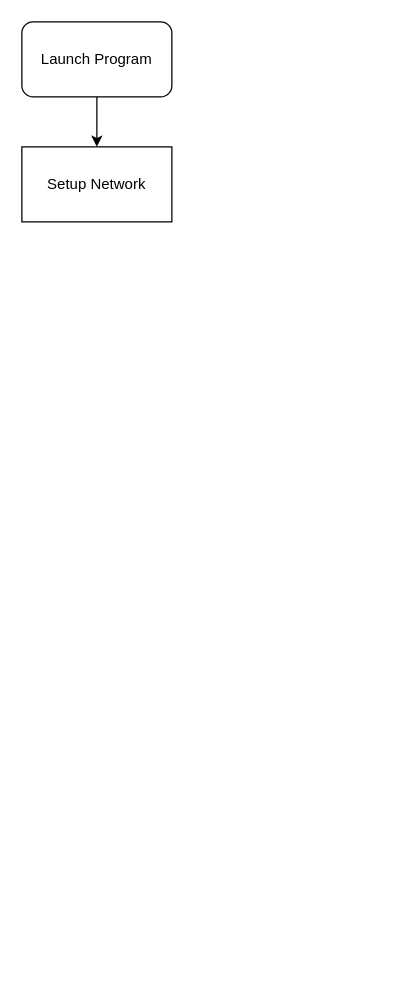
Above: glEEmail flow.drawio in Matt-and-Gib/gleemail (draw.io), before the change. Source tidied: cells renumbered, new cells numbered last; positions are measured from the earlier drawing's top-left corner, leaving out a move shared by most shapes. Both pictures are drawn from the tidied source at 125%, with x=0, y=0 at pixel (21, 21).
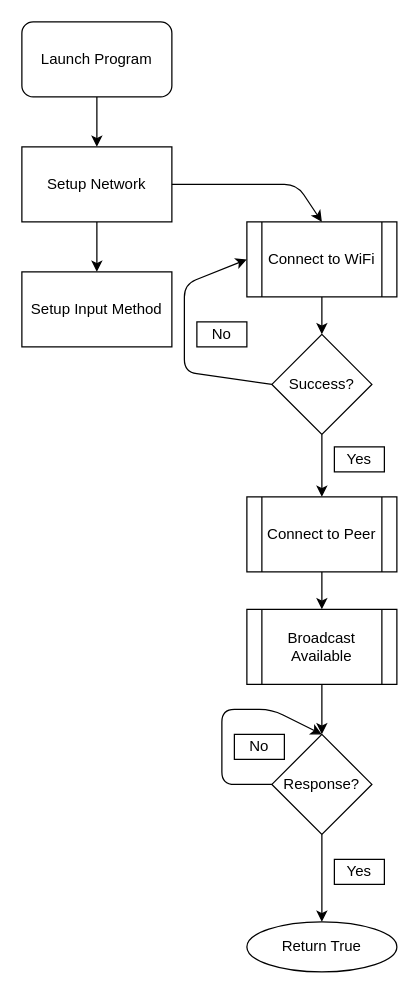
The same diagram, later.

The change refers to these unchanged cells:
```xml
<mxCell id="3" value="Setup Network" style="rounded=0;whiteSpace=wrap;html=1;" parent="1" vertex="1">
  <mxGeometry y="100" width="120" height="60" as="geometry" />
</mxCell>
```

Diff of the diagram source:
```diff
@@
+    <mxCell id="5" value="Connect to WiFi" style="shape=process;whiteSpace=wrap;html=1;backgroundOutline=1;" parent="1" vertex="1">
+      <mxGeometry x="180" y="160" width="120" height="60" as="geometry" />
+    </mxCell>
+    <mxCell id="6" value="Connect to Peer" style="shape=process;whiteSpace=wrap;html=1;backgroundOutline=1;" parent="1" vertex="1">
+      <mxGeometry x="180" y="380" width="120" height="60" as="geometry" />
+    </mxCell>
+    <mxCell id="7" style="endArrow=classic;html=1;exitX=1;exitY=0.5;exitDx=0;exitDy=0;entryX=0.5;entryY=0;entryDx=0;entryDy=0;" parent="1" edge="1" source="3" target="5">
+      <mxGeometry relative="1" as="geometry">
+        <Array as="points">
+          <mxPoint x="220" y="130" />
+        </Array>
+      </mxGeometry>
+    </mxCell>
+    <mxCell id="8" style="endArrow=classic;html=1;exitX=0.5;exitY=1;exitDx=0;exitDy=0;entryX=0.5;entryY=0;entryDx=0;entryDy=0;" parent="1" edge="1" source="9" target="6">
+      <mxGeometry relative="1" as="geometry" />
+    </mxCell>
+    <mxCell id="9" value="Success?" style="rhombus;whiteSpace=wrap;html=1;" parent="1" vertex="1">
+      <mxGeometry x="200" y="250" width="80" height="80" as="geometry" />
+    </mxCell>
+    <mxCell id="10" style="endArrow=classic;html=1;exitX=0.5;exitY=1;exitDx=0;exitDy=0;entryX=0.5;entryY=0;entryDx=0;entryDy=0;" parent="1" edge="1" source="5" target="9">
+      <mxGeometry relative="1" as="geometry" />
+    </mxCell>
+    <mxCell id="11" style="endArrow=classic;html=1;exitX=0;exitY=0.5;exitDx=0;exitDy=0;entryX=0;entryY=0.5;entryDx=0;entryDy=0;" parent="1" edge="1" source="9" target="5">
+      <mxGeometry relative="1" as="geometry">
+        <Array as="points">
+          <mxPoint x="130" y="280" />
+          <mxPoint x="130" y="210" />
+        </Array>
+      </mxGeometry>
+    </mxCell>
+    <mxCell id="12" value="No" style="rounded=0;whiteSpace=wrap;html=1;" parent="1" vertex="1">
+      <mxGeometry x="140" y="240" width="40" height="20" as="geometry" />
+    </mxCell>
+    <mxCell id="13" value="Response?" style="rhombus;whiteSpace=wrap;html=1;" parent="1" vertex="1">
+      <mxGeometry x="200" y="570" width="80" height="80" as="geometry" />
+    </mxCell>
+    <mxCell id="14" value="Yes" style="rounded=0;whiteSpace=wrap;html=1;" parent="1" vertex="1">
+      <mxGeometry x="250" y="340" width="40" height="20" as="geometry" />
+    </mxCell>
+    <mxCell id="15" style="endArrow=classic;html=1;exitX=0.5;exitY=1;exitDx=0;exitDy=0;entryX=0.5;entryY=0;entryDx=0;entryDy=0;" parent="1" edge="1" source="6" target="16">
+      <mxGeometry relative="1" as="geometry" />
+    </mxCell>
+    <mxCell id="16" value="Broadcast Available" style="shape=process;whiteSpace=wrap;html=1;backgroundOutline=1;" parent="1" vertex="1">
+      <mxGeometry x="180" y="470" width="120" height="60" as="geometry" />
+    </mxCell>
+    <mxCell id="17" style="endArrow=classic;html=1;exitX=0.5;exitY=1;exitDx=0;exitDy=0;entryX=0.5;entryY=0;entryDx=0;entryDy=0;" parent="1" edge="1" source="16" target="13">
+      <mxGeometry relative="1" as="geometry" />
+    </mxCell>
+    <mxCell id="18" value="Yes" style="rounded=0;whiteSpace=wrap;html=1;" parent="1" vertex="1">
+      <mxGeometry x="250" y="670" width="40" height="20" as="geometry" />
+    </mxCell>
+    <mxCell id="19" style="endArrow=classic;html=1;exitX=0;exitY=0.5;exitDx=0;exitDy=0;entryX=0.5;entryY=0;entryDx=0;entryDy=0;" parent="1" edge="1" source="13" target="13">
+      <mxGeometry relative="1" as="geometry">
+        <Array as="points">
+          <mxPoint x="160" y="610" />
+          <mxPoint x="160" y="550" />
+          <mxPoint x="200" y="550" />
+        </Array>
+      </mxGeometry>
+    </mxCell>
+    <mxCell id="20" value="No" style="rounded=0;whiteSpace=wrap;html=1;" parent="1" vertex="1">
+      <mxGeometry x="170" y="570" width="40" height="20" as="geometry" />
+    </mxCell>
+    <mxCell id="21" value="Setup Input Method" style="rounded=0;whiteSpace=wrap;html=1;" parent="1" vertex="1">
+      <mxGeometry y="200" width="120" height="60" as="geometry" />
+    </mxCell>
+    <mxCell id="22" style="endArrow=classic;html=1;exitX=0.5;exitY=1;exitDx=0;exitDy=0;entryX=0.5;entryY=0;entryDx=0;entryDy=0;" parent="1" edge="1" source="3" target="21">
+      <mxGeometry relative="1" as="geometry" />
+    </mxCell>
+    <mxCell id="23" value="Return True" style="ellipse;whiteSpace=wrap;html=1;" parent="1" vertex="1">
+      <mxGeometry x="180" y="720" width="120" height="40" as="geometry" />
+    </mxCell>
+    <mxCell id="24" style="endArrow=classic;html=1;exitX=0.5;exitY=1;exitDx=0;exitDy=0;entryX=0.5;entryY=0;entryDx=0;entryDy=0;" parent="1" edge="1" source="13" target="23">
+      <mxGeometry relative="1" as="geometry" />
+    </mxCell>
```
